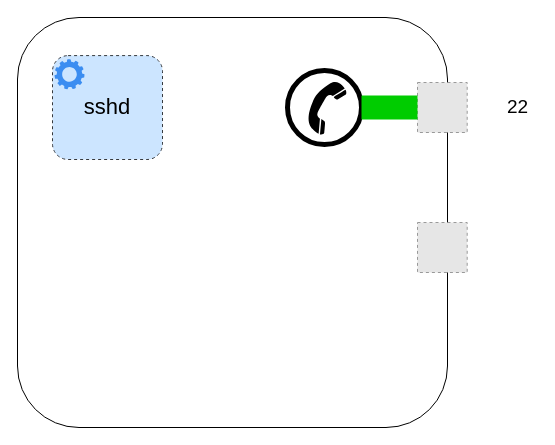
The draw.io diagram page "Socket1" (2 of 8) of presentations/assets/Unicorn-RoR.drawio in psaghelyi/web_test, before the edit. Source tidied: cells renumbered, new cells numbered last; positions are measured from the earlier drawing's top-left corner, leaving out a move shared by most shapes. Both pictures are drawn from the tidied source at 100%, with x=0, y=0 at pixel (17, 17). Pictures stored in the file or linked from it are replaced by grey dashed boxes.
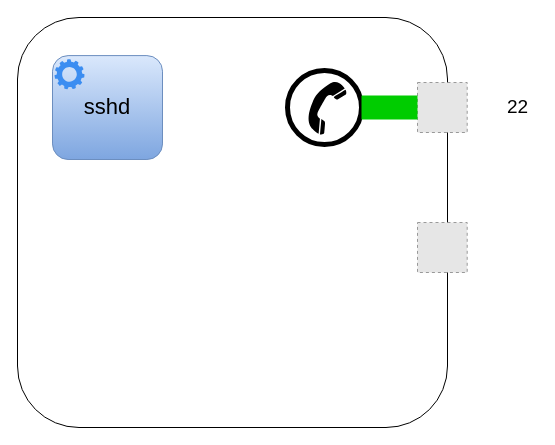
After the change.

Change to the diagram source:
```diff
@@
 <mxGraphModel>
   <root>
     <mxCell id="0" />
     <mxCell id="1" parent="0" />
     <mxCell id="2" style="rounded=1;whiteSpace=wrap;html=1;fillColor=none;" parent="1" vertex="1">
       <mxGeometry width="430" height="410" as="geometry" />
     </mxCell>
     <mxCell id="3" style="fillColor=#E6E6E6;strokeColor=#999999;dashed=1;verticalLabelPosition=bottom;labelBackgroundColor=none;verticalAlign=top;" parent="1" vertex="1">
       <mxGeometry x="400" y="65" width="49.7" height="50" as="geometry" />
     </mxCell>
     <mxCell id="4" style="fillColor=#E6E6E6;strokeColor=#999999;dashed=1;verticalLabelPosition=bottom;labelBackgroundColor=default;verticalAlign=top;" parent="1" vertex="1">
       <mxGeometry x="400" y="205" width="49.7" height="50" as="geometry" />
     </mxCell>
     <mxCell id="5" style="group;" parent="1" vertex="1">
       <mxGeometry x="270" y="53" width="93" height="74" as="geometry" />
     </mxCell>
     <mxCell id="6" style="ellipse;whiteSpace=wrap;html=1;strokeColor=default;fillColor=none;strokeWidth=5;" parent="5" vertex="1">
       <mxGeometry width="74" height="74" as="geometry" />
     </mxCell>
     <mxCell id="7" style="shape=mxgraph.signs.tech.telephone_3;html=1;fillColor=#000000;strokeColor=none;verticalLabelPosition=bottom;verticalAlign=top;align=center;rotation=60;" parent="5" vertex="1">
       <mxGeometry x="19.7" y="12.8" width="40.8" height="50" as="geometry" />
     </mxCell>
     <mxCell id="8" style="endArrow=none;html=1;rounded=0;fontSize=22;fillColor=#d5e8d4;strokeColor=#00CC00;strokeWidth=24;gradientColor=#97d077;shadow=0;sketch=0;" parent="1" edge="1" source="6" target="3">
       <mxGeometry relative="1" as="geometry" />
     </mxCell>
-    <mxCell id="9" value="sshd" style="rounded=1;whiteSpace=wrap;html=1;dashed=1;fontSize=22;strokeColor=#36393d;strokeWidth=1;fillColor=#cce5ff;" parent="1" vertex="1">
+    <mxCell id="9" value="sshd" style="rounded=1;whiteSpace=wrap;html=1;fontSize=22;strokeColor=#6c8ebf;strokeWidth=1;fillColor=#dae8fc;gradientColor=#7ea6e0;" parent="1" vertex="1">
       <mxGeometry x="35" y="38.1" width="110" height="103.9" as="geometry" />
     </mxCell>
     <mxCell id="10" style="sketch=0;html=1;strokeColor=none;shadow=0;align=center;verticalAlign=top;fillColor=#3B8DF1;shape=mxgraph.gcp2.gear;" parent="1" vertex="1">
       <mxGeometry x="37" y="41.8" width="30" height="30" as="geometry" />
     </mxCell>
     <mxCell id="11" value="22" style="text;html=1;align=center;verticalAlign=middle;strokeColor=none;fillColor=none;fontSize=19;" parent="1" vertex="1">
       <mxGeometry x="480" y="75" width="40" height="30" as="geometry" />
     </mxCell>
   </root>
 </mxGraphModel>
```
